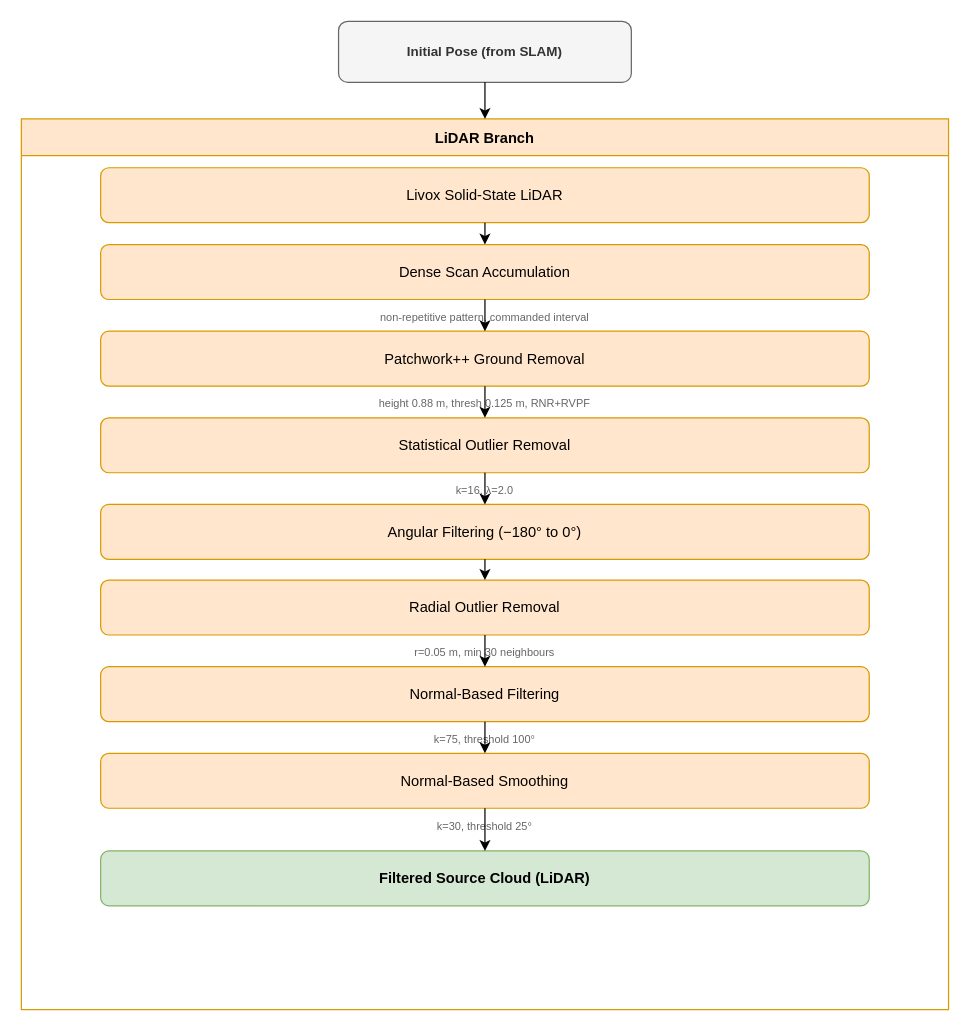
This is 4-precise-alignment/4-methodology/figures/pa-pipeline-lidar.drawio from philipStenger/masters-thesis, a draw.io file, before an edit. Source tidied: cells renumbered, new cells numbered last; positions are measured from the earlier drawing's top-left corner, leaving out a move shared by most shapes. Both pictures are drawn from the tidied source at 122%, with x=0, y=0 at pixel (21, 21).
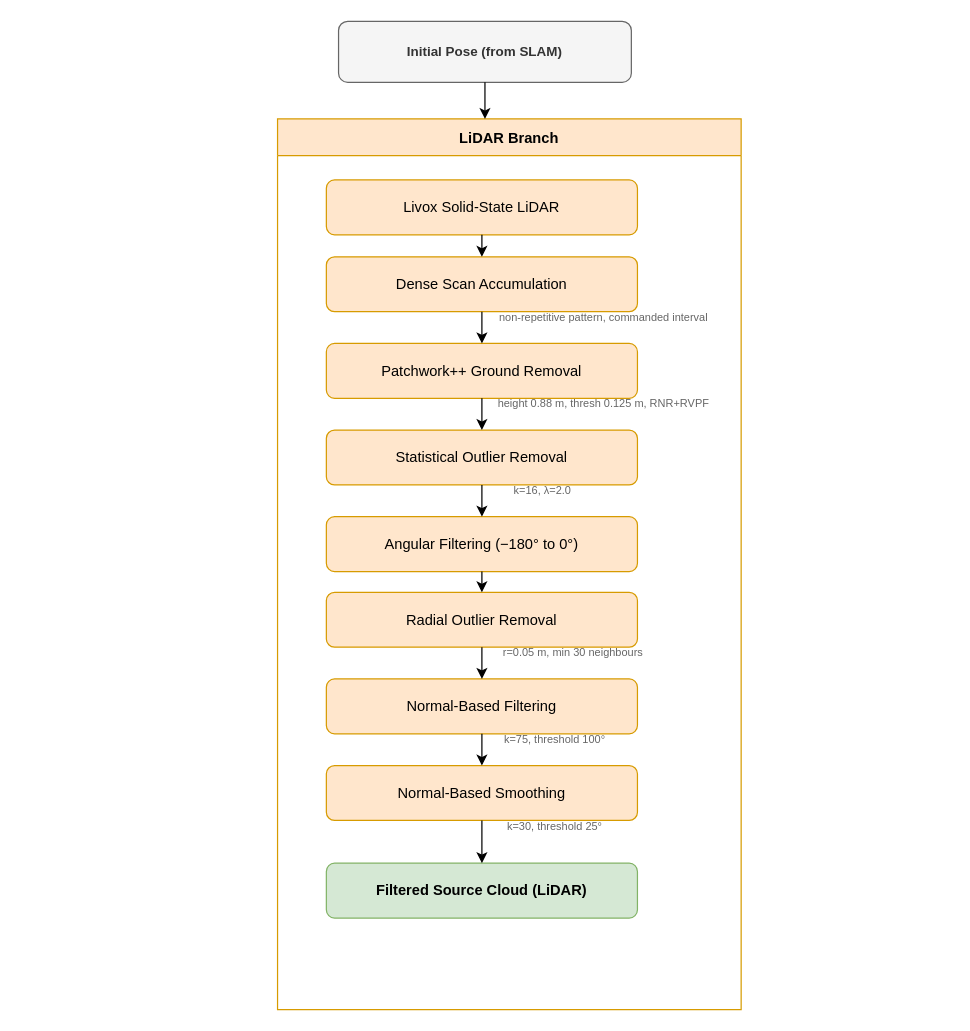
Above is the later version.

The change refers to these unchanged cells:
```xml
<mxCell id="2" value="Initial Pose (from SLAM)" style="rounded=1;whiteSpace=wrap;html=1;fillColor=#f5f5f5;strokeColor=#666666;fontColor=#333333;fontStyle=1;fontSize=11;" parent="1" vertex="1">
  <mxGeometry x="260" width="240" height="50" as="geometry" />
</mxCell>
```

Diff of the diagram source:
```diff
@@
     <mxCell id="3" value="LiDAR Branch" style="swimlane;startSize=30;fillColor=#ffe6cc;strokeColor=#d79b00;fontStyle=1;fontSize=12;" parent="1" vertex="1">
-      <mxGeometry y="80" width="760" height="730" as="geometry" />
+      <mxGeometry x="210" y="80" width="380" height="730" as="geometry" />
     </mxCell>
+    <mxCell id="6" value="non-repetitive pattern, commanded interval" style="text;html=1;align=center;verticalAlign=top;whiteSpace=wrap;rounded=0;fontSize=9;fontColor=#666666;" parent="3" vertex="1">
+      <mxGeometry x="65" y="151" width="405" height="16" as="geometry" />
+    </mxCell>
+    <mxCell id="8" value="height 0.88 m, thresh 0.125 m, RNR+RVPF" style="text;html=1;align=center;verticalAlign=top;whiteSpace=wrap;rounded=0;fontSize=9;fontColor=#666666;" parent="3" vertex="1">
+      <mxGeometry x="65" y="222" width="405" height="16" as="geometry" />
+    </mxCell>
+    <mxCell id="10" value="k=16, λ=2.0" style="text;html=1;align=center;verticalAlign=top;whiteSpace=wrap;rounded=0;fontSize=9;fontColor=#666666;" parent="3" vertex="1">
+      <mxGeometry x="65" y="293" width="305" height="16" as="geometry" />
+    </mxCell>
+    <mxCell id="13" value="r=0.05 m, min 30 neighbours" style="text;html=1;align=center;verticalAlign=top;whiteSpace=wrap;rounded=0;fontSize=9;fontColor=#666666;" parent="3" vertex="1">
+      <mxGeometry x="65" y="426" width="355" height="16" as="geometry" />
+    </mxCell>
+    <mxCell id="15" value="k=75, threshold 100°" style="text;html=1;align=center;verticalAlign=top;whiteSpace=wrap;rounded=0;fontSize=9;fontColor=#666666;" parent="3" vertex="1">
+      <mxGeometry x="65" y="497" width="325" height="16" as="geometry" />
+    </mxCell>
+    <mxCell id="17" value="k=30, threshold 25°" style="text;html=1;align=center;verticalAlign=top;whiteSpace=wrap;rounded=0;fontSize=9;fontColor=#666666;" parent="3" vertex="1">
+      <mxGeometry x="65" y="568" width="325" height="16" as="geometry" />
+    </mxCell>
     <mxCell id="4" value="Livox Solid-State LiDAR" style="rounded=1;whiteSpace=wrap;html=1;fillColor=#ffe6cc;strokeColor=#d79b00;" parent="3" vertex="1">
-      <mxGeometry x="65" y="40" width="630" height="45" as="geometry" />
+      <mxGeometry x="40" y="50" width="255" height="45" as="geometry" />
     </mxCell>
     <mxCell id="5" value="Dense Scan Accumulation" style="rounded=1;whiteSpace=wrap;html=1;fillColor=#ffe6cc;strokeColor=#d79b00;" parent="3" vertex="1">
-      <mxGeometry x="65" y="103" width="630" height="45" as="geometry" />
+      <mxGeometry x="40" y="113" width="255" height="45" as="geometry" />
     </mxCell>
-    <mxCell id="6" value="non-repetitive pattern, commanded interval" style="text;html=1;align=center;verticalAlign=top;whiteSpace=wrap;rounded=0;fontSize=9;fontColor=#666666;" parent="3" vertex="1">
-      <mxGeometry x="65" y="151" width="630" height="16" as="geometry" />
-    </mxCell>
     <mxCell id="7" value="Patchwork++ Ground Removal" style="rounded=1;whiteSpace=wrap;html=1;fillColor=#ffe6cc;strokeColor=#d79b00;" parent="3" vertex="1">
-      <mxGeometry x="65" y="174" width="630" height="45" as="geometry" />
+      <mxGeometry x="40" y="184" width="255" height="45" as="geometry" />
     </mxCell>
-    <mxCell id="8" value="height 0.88 m, thresh 0.125 m, RNR+RVPF" style="text;html=1;align=center;verticalAlign=top;whiteSpace=wrap;rounded=0;fontSize=9;fontColor=#666666;" parent="3" vertex="1">
-      <mxGeometry x="65" y="222" width="630" height="16" as="geometry" />
-    </mxCell>
     <mxCell id="9" value="Statistical Outlier Removal" style="rounded=1;whiteSpace=wrap;html=1;fillColor=#ffe6cc;strokeColor=#d79b00;" parent="3" vertex="1">
-      <mxGeometry x="65" y="245" width="630" height="45" as="geometry" />
+      <mxGeometry x="40" y="255" width="255" height="45" as="geometry" />
     </mxCell>
-    <mxCell id="10" value="k=16, λ=2.0" style="text;html=1;align=center;verticalAlign=top;whiteSpace=wrap;rounded=0;fontSize=9;fontColor=#666666;" parent="3" vertex="1">
-      <mxGeometry x="65" y="293" width="630" height="16" as="geometry" />
-    </mxCell>
     <mxCell id="11" value="Angular Filtering (−180° to 0°)" style="rounded=1;whiteSpace=wrap;html=1;fillColor=#ffe6cc;strokeColor=#d79b00;" parent="3" vertex="1">
-      <mxGeometry x="65" y="316" width="630" height="45" as="geometry" />
+      <mxGeometry x="40" y="326" width="255" height="45" as="geometry" />
     </mxCell>
     <mxCell id="12" value="Radial Outlier Removal" style="rounded=1;whiteSpace=wrap;html=1;fillColor=#ffe6cc;strokeColor=#d79b00;" parent="3" vertex="1">
-      <mxGeometry x="65" y="378" width="630" height="45" as="geometry" />
+      <mxGeometry x="40" y="388" width="255" height="45" as="geometry" />
     </mxCell>
-    <mxCell id="13" value="r=0.05 m, min 30 neighbours" style="text;html=1;align=center;verticalAlign=top;whiteSpace=wrap;rounded=0;fontSize=9;fontColor=#666666;" parent="3" vertex="1">
-      <mxGeometry x="65" y="426" width="630" height="16" as="geometry" />
-    </mxCell>
     <mxCell id="14" value="Normal-Based Filtering" style="rounded=1;whiteSpace=wrap;html=1;fillColor=#ffe6cc;strokeColor=#d79b00;" parent="3" vertex="1">
-      <mxGeometry x="65" y="449" width="630" height="45" as="geometry" />
+      <mxGeometry x="40" y="459" width="255" height="45" as="geometry" />
     </mxCell>
-    <mxCell id="15" value="k=75, threshold 100°" style="text;html=1;align=center;verticalAlign=top;whiteSpace=wrap;rounded=0;fontSize=9;fontColor=#666666;" parent="3" vertex="1">
-      <mxGeometry x="65" y="497" width="630" height="16" as="geometry" />
-    </mxCell>
     <mxCell id="16" value="Normal-Based Smoothing" style="rounded=1;whiteSpace=wrap;html=1;fillColor=#ffe6cc;strokeColor=#d79b00;" parent="3" vertex="1">
-      <mxGeometry x="65" y="520" width="630" height="45" as="geometry" />
+      <mxGeometry x="40" y="530" width="255" height="45" as="geometry" />
     </mxCell>
-    <mxCell id="17" value="k=30, threshold 25°" style="text;html=1;align=center;verticalAlign=top;whiteSpace=wrap;rounded=0;fontSize=9;fontColor=#666666;" parent="3" vertex="1">
-      <mxGeometry x="65" y="568" width="630" height="16" as="geometry" />
-    </mxCell>
     <mxCell id="18" value="Filtered Source Cloud (LiDAR)" style="rounded=1;whiteSpace=wrap;html=1;fillColor=#d5e8d4;strokeColor=#82b366;fontStyle=1;" parent="3" vertex="1">
-      <mxGeometry x="65" y="600" width="630" height="45" as="geometry" />
+      <mxGeometry x="40" y="610" width="255" height="45" as="geometry" />
     </mxCell>
-    <mxCell id="19" style="edgeStyle=orthogonalEdgeStyle;" parent="1" edge="1" source="2">
-      <mxGeometry relative="1" as="geometry">
-        <mxPoint x="380" y="80" as="targetPoint" />
-      </mxGeometry>
-    </mxCell>
-    <mxCell id="20" style="edgeStyle=orthogonalEdgeStyle;" parent="1" edge="1" source="4" target="5">
+    <mxCell id="20" style="edgeStyle=orthogonalEdgeStyle;" parent="3" edge="1" source="4" target="5">
       <mxGeometry relative="1" as="geometry" />
     </mxCell>
-    <mxCell id="21" style="edgeStyle=orthogonalEdgeStyle;" parent="1" edge="1" source="5" target="7">
+    <mxCell id="21" style="edgeStyle=orthogonalEdgeStyle;" parent="3" edge="1" source="5" target="7">
       <mxGeometry relative="1" as="geometry" />
     </mxCell>
-    <mxCell id="22" style="edgeStyle=orthogonalEdgeStyle;" parent="1" edge="1" source="7" target="9">
+    <mxCell id="22" style="edgeStyle=orthogonalEdgeStyle;" parent="3" edge="1" source="7" target="9">
       <mxGeometry relative="1" as="geometry" />
     </mxCell>
-    <mxCell id="23" style="edgeStyle=orthogonalEdgeStyle;" parent="1" edge="1" source="9" target="11">
+    <mxCell id="23" style="edgeStyle=orthogonalEdgeStyle;" parent="3" edge="1" source="9" target="11">
       <mxGeometry relative="1" as="geometry" />
     </mxCell>
-    <mxCell id="24" style="edgeStyle=orthogonalEdgeStyle;" parent="1" edge="1" source="11" target="12">
+    <mxCell id="24" style="edgeStyle=orthogonalEdgeStyle;" parent="3" edge="1" source="11" target="12">
       <mxGeometry relative="1" as="geometry" />
     </mxCell>
-    <mxCell id="25" style="edgeStyle=orthogonalEdgeStyle;" parent="1" edge="1" source="12" target="14">
+    <mxCell id="25" style="edgeStyle=orthogonalEdgeStyle;" parent="3" edge="1" source="12" target="14">
       <mxGeometry relative="1" as="geometry" />
     </mxCell>
-    <mxCell id="26" style="edgeStyle=orthogonalEdgeStyle;" parent="1" edge="1" source="14" target="16">
+    <mxCell id="26" style="edgeStyle=orthogonalEdgeStyle;" parent="3" edge="1" source="14" target="16">
       <mxGeometry relative="1" as="geometry" />
     </mxCell>
-    <mxCell id="27" style="edgeStyle=orthogonalEdgeStyle;" parent="1" edge="1" source="16" target="18">
+    <mxCell id="27" style="edgeStyle=orthogonalEdgeStyle;" parent="3" edge="1" source="16" target="18">
       <mxGeometry relative="1" as="geometry" />
     </mxCell>
+    <mxCell id="19" style="edgeStyle=orthogonalEdgeStyle;" parent="1" edge="1" source="2">
+      <mxGeometry relative="1" as="geometry">
+        <mxPoint x="380" y="80" as="targetPoint" />
+      </mxGeometry>
+    </mxCell>
```
